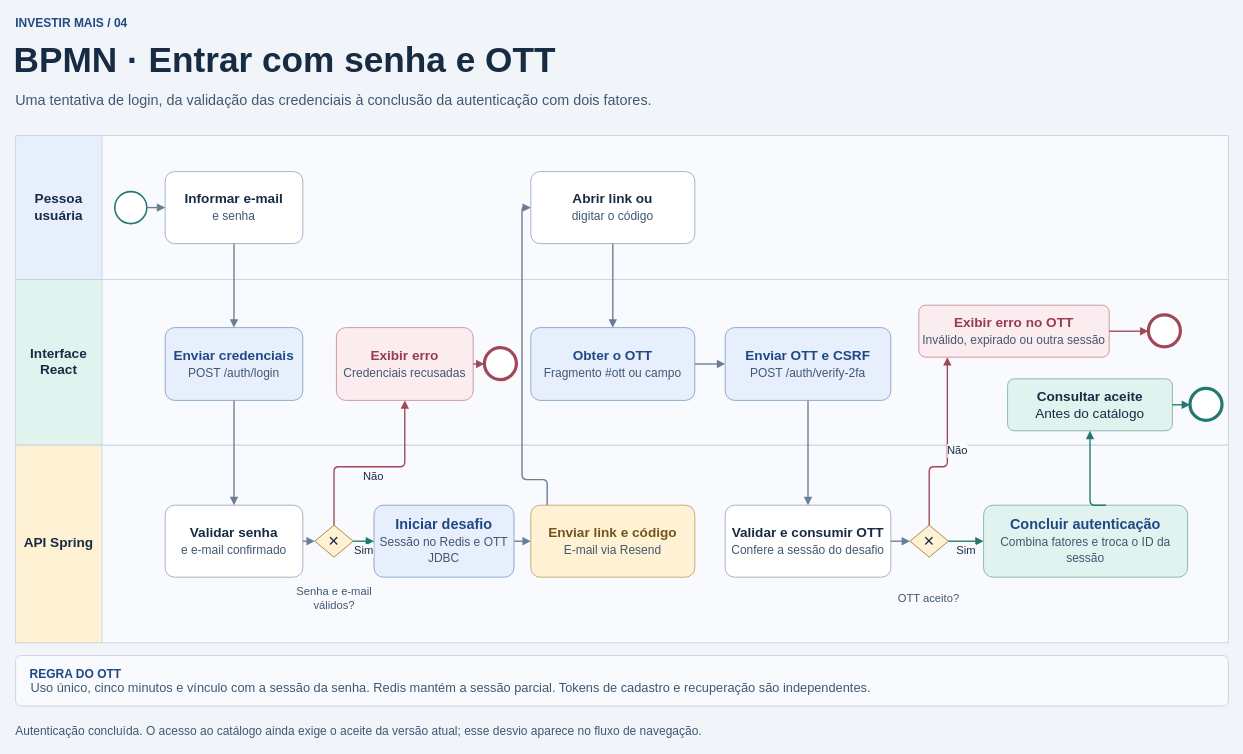
Earlier version of the draw.io diagram page "04 · BPMN · Entrar com senha e OTT" (4 of 5) of docs/diagramas/investir-mais.drawio (GabrielYYM/INVESTIR-MAIS). Source tidied: cells renumbered, new cells numbered last; positions are measured from the earlier drawing's top-left corner, leaving out a move shared by most shapes. Both pictures are drawn from the tidied source at 80%, with x=0, y=0 at pixel (14, 14).
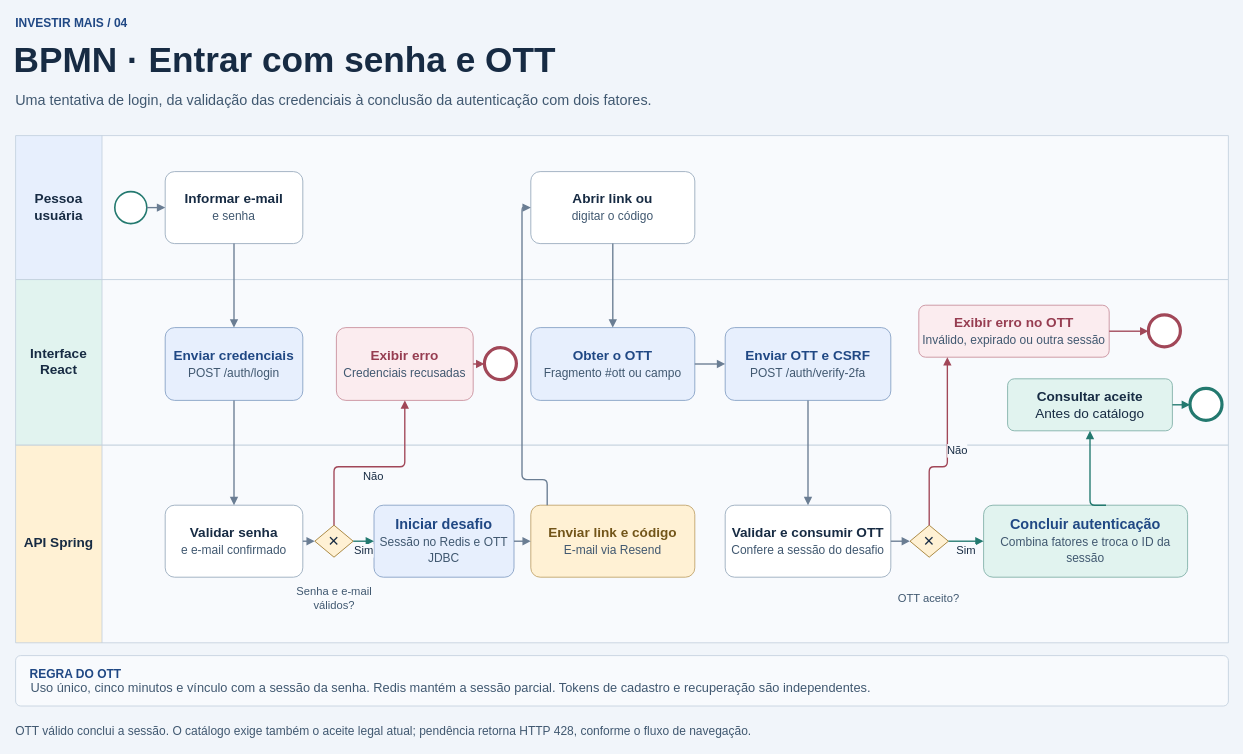
The same page after the edit.

The edit, as a diff of the source:
```diff
@@
-    <mxCell id="5" value="Autenticação concluída. O acesso ao catálogo ainda exige o aceite da versão atual; esse desvio aparece no fluxo de navegação." style="html=1;whiteSpace=wrap;text;strokeColor=none;fillColor=none;fontSize=15;fontColor=#405870;fontStyle=0;align=left;verticalAlign=middle;spacing=0;" parent="1" vertex="1">
+    <mxCell id="5" value="OTT válido conclui a sessão. O catálogo exige também o aceite legal atual; pendência retorna HTTP 428, conforme o fluxo de navegação." style="html=1;whiteSpace=wrap;text;strokeColor=none;fillColor=none;fontSize=15;fontColor=#405870;fontStyle=0;align=left;verticalAlign=middle;spacing=0;" parent="1" vertex="1">
       <mxGeometry x="2" y="884" width="1516" height="24" as="geometry" />
     </mxCell>
```
